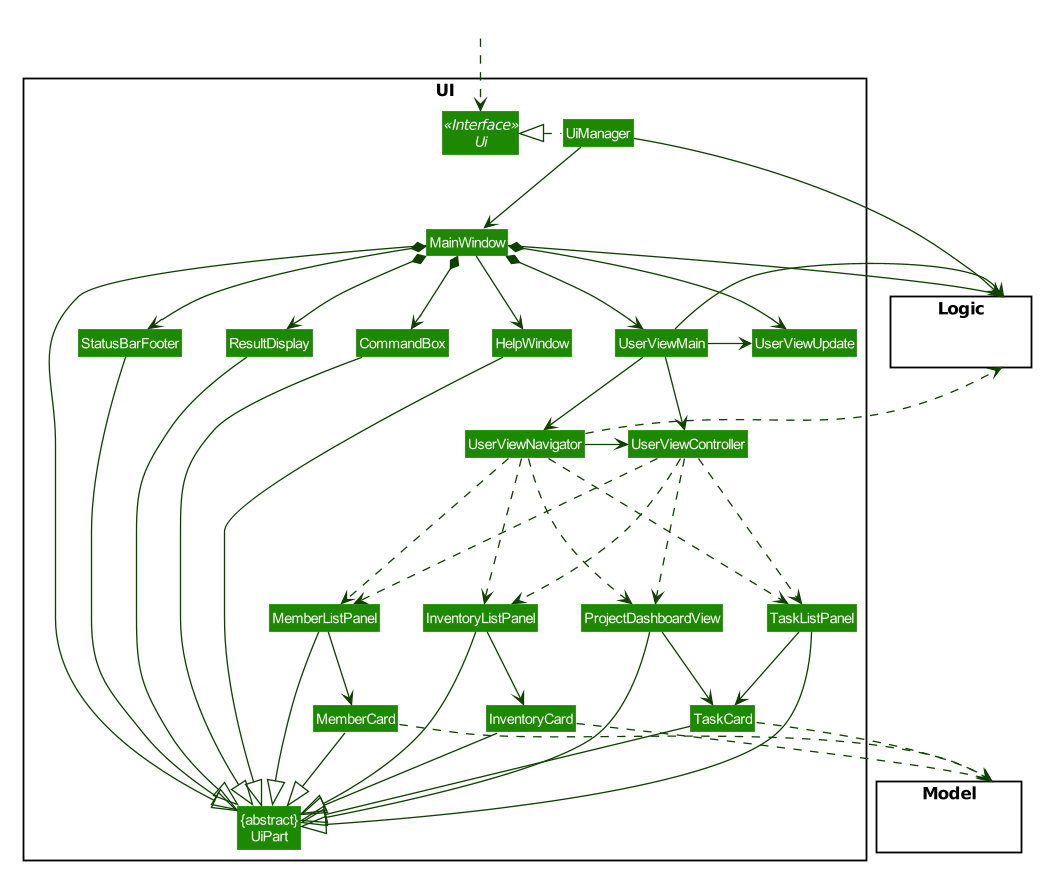
Before: docs/images/UiClassDiagram.png, a diagram exported from PlantUML (nus-cs2103-AY1920S1/addressbook-level3).
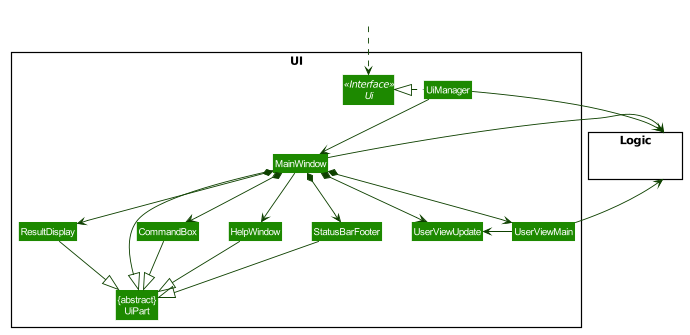
After the change.

What changed in the source:
```diff
@@ -61,21 +61,8 @@
 Class ResultDisplay
 Class UserViewMain
 Class UserViewUpdate
-Class UserViewNavigator
-Class UserViewController
-Class TaskCard
-Class TaskListPanel
-Class InventoryCard
-Class InventoryListPanel
-Class MemberCard
-Class MemberListPanel
-Class ProjectDashboardView
 Class StatusBarFooter
 Class CommandBox
-}
-
-package Model <<Rectangle>> {
-Class HiddenModel #FFFFFF
 }
 
 package Logic <<Rectangle>> {
@@ -94,47 +81,17 @@
 MainWindow *-down-> UserViewUpdate
 MainWindow *-down-> StatusBarFooter
 UserViewMain -right-> UserViewUpdate
-UserViewMain -down-> UserViewController
-UserViewMain -down-> UserViewNavigator
-UserViewNavigator -right-> UserViewController
-
-ProjectDashboardView -down-> TaskCard
-TaskListPanel -down-> TaskCard
-MemberListPanel -down-> MemberCard
-InventoryListPanel -down-> InventoryCard
-
-UserViewNavigator ..down-> TaskListPanel
-UserViewNavigator ..down-> MemberListPanel
-UserViewNavigator ..down-> InventoryListPanel
-UserViewNavigator ..down-> ProjectDashboardView
-
-UserViewController ..down-> TaskListPanel
-UserViewController ..down-> MemberListPanel
-UserViewController ..down-> InventoryListPanel
-UserViewController ..down-> ProjectDashboardView
 
 MainWindow -left-|> UiPart
 
 ResultDisplay --|> UiPart
 CommandBox --|> UiPart
-TaskCard --|> UiPart
-TaskListPanel --|> UiPart
-MemberCard --|> UiPart
-MemberListPanel --|> UiPart
-InventoryCard --|> UiPart
-InventoryListPanel --|> UiPart
-ProjectDashboardView --|> UiPart
 StatusBarFooter --|> UiPart
 HelpWindow -down-|> UiPart
 
 UiManager -right-> Logic
 MainWindow -left-> Logic
 UserViewMain -left-> Logic
-UserViewNavigator ..> Logic
-
-MemberCard ..> Model
-TaskCard ..> Model
-InventoryCard ..> Model
 
 UserViewMain -[hidden]left- HelpWindow
 HelpWindow -[hidden]left- CommandBox
```
